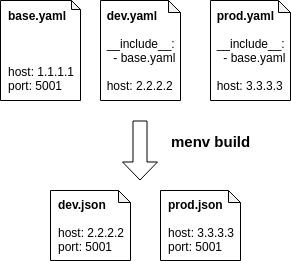
The draw.io diagram demo.png in yinrong/menv, before a commit. Source tidied: cells renumbered, new cells last; positions are measured from the earlier drawing's top-left corner, leaving out a move shared by most shapes. The source it was exported from:
```xml
<mxGraphModel>
  <root>
    <mxCell id="0" />
    <mxCell id="1" parent="0" />
    <mxCell id="2" value="&lt;div style=&quot;text-align: left&quot;&gt;&lt;span&gt;&lt;b&gt;base.yaml&lt;/b&gt;&lt;/span&gt;&lt;/div&gt;&lt;div style=&quot;text-align: left&quot;&gt;&lt;br&gt;&lt;/div&gt;&lt;div style=&quot;text-align: left&quot;&gt;&lt;span&gt;&lt;br&gt;&lt;/span&gt;&lt;/div&gt;&lt;div style=&quot;text-align: left&quot;&gt;&lt;span&gt;&lt;br&gt;&lt;/span&gt;&lt;/div&gt;&lt;div style=&quot;text-align: left&quot;&gt;&lt;span&gt;host: 1.1.1.1&lt;/span&gt;&lt;/div&gt;&lt;div style=&quot;text-align: left&quot;&gt;&lt;span&gt;port: 5001&lt;/span&gt;&lt;/div&gt;" style="shape=note;whiteSpace=wrap;html=1;backgroundOutline=1;darkOpacity=0.05;size=9;flipH=0;" parent="1" vertex="1">
      <mxGeometry width="80" height="100" as="geometry" />
    </mxCell>
    <mxCell id="3" value="&lt;div style=&quot;text-align: left&quot;&gt;&lt;span&gt;&lt;b&gt;dev.yaml&lt;/b&gt;&lt;/span&gt;&lt;/div&gt;&lt;div style=&quot;text-align: left&quot;&gt;&lt;span&gt;&lt;b&gt;&lt;br&gt;&lt;/b&gt;&lt;/span&gt;&lt;/div&gt;&lt;div style=&quot;text-align: left&quot;&gt;&lt;span&gt;__include__:&lt;/span&gt;&lt;/div&gt;&lt;div style=&quot;text-align: left&quot;&gt;&lt;span&gt;&amp;nbsp; - base.yaml&lt;/span&gt;&lt;/div&gt;&lt;div style=&quot;text-align: left&quot;&gt;&lt;br&gt;&lt;/div&gt;&lt;div style=&quot;text-align: left&quot;&gt;&lt;span&gt;host: 2.2.2.2&lt;/span&gt;&lt;/div&gt;" style="shape=note;whiteSpace=wrap;html=1;backgroundOutline=1;darkOpacity=0.05;size=12;" parent="1" vertex="1">
      <mxGeometry x="100" width="80" height="100" as="geometry" />
    </mxCell>
    <mxCell id="4" value="&lt;div style=&quot;text-align: left&quot;&gt;&lt;span&gt;&lt;b&gt;prod.yaml&lt;/b&gt;&lt;/span&gt;&lt;/div&gt;&lt;div style=&quot;text-align: left&quot;&gt;&lt;span&gt;&lt;b&gt;&lt;br&gt;&lt;/b&gt;&lt;/span&gt;&lt;/div&gt;&lt;div style=&quot;text-align: left&quot;&gt;&lt;span&gt;__include__:&lt;/span&gt;&lt;/div&gt;&lt;div style=&quot;text-align: left&quot;&gt;&lt;span&gt;&amp;nbsp; - base.yaml&lt;/span&gt;&lt;/div&gt;&lt;div style=&quot;text-align: left&quot;&gt;&lt;br&gt;&lt;/div&gt;&lt;div style=&quot;text-align: left&quot;&gt;&lt;span&gt;host: 3.3.3.3&lt;/span&gt;&lt;/div&gt;" style="shape=note;whiteSpace=wrap;html=1;backgroundOutline=1;darkOpacity=0.05;size=12;" parent="1" vertex="1">
      <mxGeometry x="210" width="80" height="100" as="geometry" />
    </mxCell>
    <mxCell id="5" style="shape=flexArrow;endArrow=classic;html=1;width=14;endSize=5.67;" parent="1" edge="1">
      <mxGeometry relative="1" as="geometry">
        <mxPoint x="139.5" y="120" as="sourcePoint" />
        <mxPoint x="139.5" y="180" as="targetPoint" />
      </mxGeometry>
    </mxCell>
    <mxCell id="6" value="&lt;b style=&quot;font-size: 15px&quot;&gt;menv build&lt;/b&gt;" style="text;html=1;align=center;verticalAlign=middle;labelBackgroundColor=#ffffff;fontSize=15;" parent="5" vertex="1">
      <mxGeometry x="-0.57" y="4" relative="1" as="geometry">
        <mxPoint x="66.5" y="7" as="offset" />
      </mxGeometry>
    </mxCell>
    <mxCell id="7" value="&lt;div style=&quot;text-align: left&quot;&gt;&lt;span&gt;&lt;b&gt;dev.json&lt;/b&gt;&lt;/span&gt;&lt;/div&gt;&lt;div style=&quot;text-align: left&quot;&gt;&lt;span&gt;&lt;b&gt;&lt;br&gt;&lt;/b&gt;&lt;/span&gt;&lt;/div&gt;&lt;div style=&quot;text-align: left&quot;&gt;&lt;span&gt;host: 2.2.2.2&lt;/span&gt;&lt;br&gt;&lt;/div&gt;&lt;div style=&quot;text-align: left&quot;&gt;&lt;span&gt;port: 5001&lt;/span&gt;&lt;/div&gt;" style="shape=note;whiteSpace=wrap;html=1;backgroundOutline=1;darkOpacity=0.05;size=12;" parent="1" vertex="1">
      <mxGeometry x="50" y="190" width="80" height="70" as="geometry" />
    </mxCell>
    <mxCell id="8" value="&lt;div style=&quot;text-align: left&quot;&gt;&lt;span&gt;&lt;b&gt;prod.json&lt;/b&gt;&lt;/span&gt;&lt;/div&gt;&lt;div style=&quot;text-align: left&quot;&gt;&lt;br&gt;&lt;/div&gt;&lt;div style=&quot;text-align: left&quot;&gt;&lt;span&gt;host: 3.3.3.3&lt;/span&gt;&lt;/div&gt;&lt;div style=&quot;text-align: left&quot;&gt;port: 5001&lt;span&gt;&lt;br&gt;&lt;/span&gt;&lt;/div&gt;" style="shape=note;whiteSpace=wrap;html=1;backgroundOutline=1;darkOpacity=0.05;size=12;" parent="1" vertex="1">
      <mxGeometry x="160" y="190" width="80" height="70" as="geometry" />
    </mxCell>
  </root>
</mxGraphModel>
```
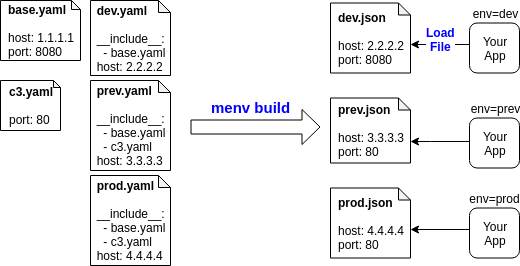
After the commit.

The edit, as a diff of the source:
```diff
@@ -2,31 +2,85 @@
   <root>
     <mxCell id="0" />
     <mxCell id="1" parent="0" />
-    <mxCell id="2" value="&lt;div style=&quot;text-align: left&quot;&gt;&lt;span&gt;&lt;b&gt;base.yaml&lt;/b&gt;&lt;/span&gt;&lt;/div&gt;&lt;div style=&quot;text-align: left&quot;&gt;&lt;br&gt;&lt;/div&gt;&lt;div style=&quot;text-align: left&quot;&gt;&lt;span&gt;&lt;br&gt;&lt;/span&gt;&lt;/div&gt;&lt;div style=&quot;text-align: left&quot;&gt;&lt;span&gt;&lt;br&gt;&lt;/span&gt;&lt;/div&gt;&lt;div style=&quot;text-align: left&quot;&gt;&lt;span&gt;host: 1.1.1.1&lt;/span&gt;&lt;/div&gt;&lt;div style=&quot;text-align: left&quot;&gt;&lt;span&gt;port: 5001&lt;/span&gt;&lt;/div&gt;" style="shape=note;whiteSpace=wrap;html=1;backgroundOutline=1;darkOpacity=0.05;size=9;flipH=0;" parent="1" vertex="1">
-      <mxGeometry width="80" height="100" as="geometry" />
+    <mxCell id="2" value="&lt;div style=&quot;text-align: left&quot;&gt;&lt;span&gt;&lt;b&gt;base.yaml&lt;/b&gt;&lt;/span&gt;&lt;/div&gt;&lt;div style=&quot;text-align: left&quot;&gt;&lt;br&gt;&lt;/div&gt;&lt;div style=&quot;text-align: left&quot;&gt;&lt;span&gt;host: 1.1.1.1&lt;/span&gt;&lt;/div&gt;&lt;div style=&quot;text-align: left&quot;&gt;&lt;span&gt;port: 8080&lt;/span&gt;&lt;/div&gt;" style="shape=note;whiteSpace=wrap;html=1;backgroundOutline=1;darkOpacity=0.05;size=9;flipH=0;" parent="1" vertex="1">
+      <mxGeometry x="-420" y="-125" width="80" height="60" as="geometry" />
     </mxCell>
-    <mxCell id="3" value="&lt;div style=&quot;text-align: left&quot;&gt;&lt;span&gt;&lt;b&gt;dev.yaml&lt;/b&gt;&lt;/span&gt;&lt;/div&gt;&lt;div style=&quot;text-align: left&quot;&gt;&lt;span&gt;&lt;b&gt;&lt;br&gt;&lt;/b&gt;&lt;/span&gt;&lt;/div&gt;&lt;div style=&quot;text-align: left&quot;&gt;&lt;span&gt;__include__:&lt;/span&gt;&lt;/div&gt;&lt;div style=&quot;text-align: left&quot;&gt;&lt;span&gt;&amp;nbsp; - base.yaml&lt;/span&gt;&lt;/div&gt;&lt;div style=&quot;text-align: left&quot;&gt;&lt;br&gt;&lt;/div&gt;&lt;div style=&quot;text-align: left&quot;&gt;&lt;span&gt;host: 2.2.2.2&lt;/span&gt;&lt;/div&gt;" style="shape=note;whiteSpace=wrap;html=1;backgroundOutline=1;darkOpacity=0.05;size=12;" parent="1" vertex="1">
-      <mxGeometry x="100" width="80" height="100" as="geometry" />
+    <mxCell id="3" value="&lt;div style=&quot;text-align: left&quot;&gt;&lt;span&gt;&lt;b&gt;dev.yaml&lt;/b&gt;&lt;/span&gt;&lt;/div&gt;&lt;div style=&quot;text-align: left&quot;&gt;&lt;span&gt;&lt;b&gt;&lt;br&gt;&lt;/b&gt;&lt;/span&gt;&lt;/div&gt;&lt;div style=&quot;text-align: left&quot;&gt;&lt;span&gt;__include__:&lt;/span&gt;&lt;/div&gt;&lt;div style=&quot;text-align: left&quot;&gt;&lt;span&gt;&amp;nbsp; - base.yaml&lt;/span&gt;&lt;/div&gt;&lt;div style=&quot;text-align: left&quot;&gt;&lt;span&gt;host: 2.2.2.2&lt;/span&gt;&lt;br&gt;&lt;/div&gt;" style="shape=note;whiteSpace=wrap;html=1;backgroundOutline=1;darkOpacity=0.05;size=12;flipH=0;" parent="1" vertex="1">
+      <mxGeometry x="-330" y="-125" width="80" height="75" as="geometry" />
     </mxCell>
-    <mxCell id="4" value="&lt;div style=&quot;text-align: left&quot;&gt;&lt;span&gt;&lt;b&gt;prod.yaml&lt;/b&gt;&lt;/span&gt;&lt;/div&gt;&lt;div style=&quot;text-align: left&quot;&gt;&lt;span&gt;&lt;b&gt;&lt;br&gt;&lt;/b&gt;&lt;/span&gt;&lt;/div&gt;&lt;div style=&quot;text-align: left&quot;&gt;&lt;span&gt;__include__:&lt;/span&gt;&lt;/div&gt;&lt;div style=&quot;text-align: left&quot;&gt;&lt;span&gt;&amp;nbsp; - base.yaml&lt;/span&gt;&lt;/div&gt;&lt;div style=&quot;text-align: left&quot;&gt;&lt;br&gt;&lt;/div&gt;&lt;div style=&quot;text-align: left&quot;&gt;&lt;span&gt;host: 3.3.3.3&lt;/span&gt;&lt;/div&gt;" style="shape=note;whiteSpace=wrap;html=1;backgroundOutline=1;darkOpacity=0.05;size=12;" parent="1" vertex="1">
-      <mxGeometry x="210" width="80" height="100" as="geometry" />
-    </mxCell>
     <mxCell id="5" style="shape=flexArrow;endArrow=classic;html=1;width=14;endSize=5.67;" parent="1" edge="1">
       <mxGeometry relative="1" as="geometry">
-        <mxPoint x="139.5" y="120" as="sourcePoint" />
-        <mxPoint x="139.5" y="180" as="targetPoint" />
+        <mxPoint x="-230" y="1.5" as="sourcePoint" />
+        <mxPoint x="-100" y="1.5" as="targetPoint" />
       </mxGeometry>
     </mxCell>
-    <mxCell id="6" value="&lt;b style=&quot;font-size: 15px&quot;&gt;menv build&lt;/b&gt;" style="text;html=1;align=center;verticalAlign=middle;labelBackgroundColor=#ffffff;fontSize=15;" parent="5" vertex="1">
+    <mxCell id="6" value="&lt;b style=&quot;font-size: 15px&quot;&gt;menv build&lt;/b&gt;" style="text;html=1;align=center;verticalAlign=middle;labelBackgroundColor=#ffffff;fontSize=15;fontColor=#0000FF;" parent="5" vertex="1">
       <mxGeometry x="-0.57" y="4" relative="1" as="geometry">
-        <mxPoint x="66.5" y="7" as="offset" />
+        <mxPoint x="32" y="-16" as="offset" />
       </mxGeometry>
     </mxCell>
-    <mxCell id="7" value="&lt;div style=&quot;text-align: left&quot;&gt;&lt;span&gt;&lt;b&gt;dev.json&lt;/b&gt;&lt;/span&gt;&lt;/div&gt;&lt;div style=&quot;text-align: left&quot;&gt;&lt;span&gt;&lt;b&gt;&lt;br&gt;&lt;/b&gt;&lt;/span&gt;&lt;/div&gt;&lt;div style=&quot;text-align: left&quot;&gt;&lt;span&gt;host: 2.2.2.2&lt;/span&gt;&lt;br&gt;&lt;/div&gt;&lt;div style=&quot;text-align: left&quot;&gt;&lt;span&gt;port: 5001&lt;/span&gt;&lt;/div&gt;" style="shape=note;whiteSpace=wrap;html=1;backgroundOutline=1;darkOpacity=0.05;size=12;" parent="1" vertex="1">
-      <mxGeometry x="50" y="190" width="80" height="70" as="geometry" />
+    <mxCell id="7" value="&lt;div style=&quot;text-align: left&quot;&gt;&lt;span&gt;&lt;b&gt;dev.json&lt;/b&gt;&lt;/span&gt;&lt;/div&gt;&lt;div style=&quot;text-align: left&quot;&gt;&lt;span&gt;&lt;b&gt;&lt;br&gt;&lt;/b&gt;&lt;/span&gt;&lt;/div&gt;&lt;div style=&quot;text-align: left&quot;&gt;&lt;span&gt;host: 2.2.2.2&lt;/span&gt;&lt;br&gt;&lt;/div&gt;&lt;div style=&quot;text-align: left&quot;&gt;&lt;span&gt;port: 8080&lt;/span&gt;&lt;/div&gt;" style="shape=note;whiteSpace=wrap;html=1;backgroundOutline=1;darkOpacity=0.05;size=12;" parent="1" vertex="1">
+      <mxGeometry x="-90" y="-122.5" width="80" height="70" as="geometry" />
     </mxCell>
-    <mxCell id="8" value="&lt;div style=&quot;text-align: left&quot;&gt;&lt;span&gt;&lt;b&gt;prod.json&lt;/b&gt;&lt;/span&gt;&lt;/div&gt;&lt;div style=&quot;text-align: left&quot;&gt;&lt;br&gt;&lt;/div&gt;&lt;div style=&quot;text-align: left&quot;&gt;&lt;span&gt;host: 3.3.3.3&lt;/span&gt;&lt;/div&gt;&lt;div style=&quot;text-align: left&quot;&gt;port: 5001&lt;span&gt;&lt;br&gt;&lt;/span&gt;&lt;/div&gt;" style="shape=note;whiteSpace=wrap;html=1;backgroundOutline=1;darkOpacity=0.05;size=12;" parent="1" vertex="1">
-      <mxGeometry x="160" y="190" width="80" height="70" as="geometry" />
+    <mxCell id="8" value="&lt;div style=&quot;text-align: left&quot;&gt;&lt;span&gt;&lt;b&gt;prev.json&lt;/b&gt;&lt;/span&gt;&lt;/div&gt;&lt;div style=&quot;text-align: left&quot;&gt;&lt;br&gt;&lt;/div&gt;&lt;div style=&quot;text-align: left&quot;&gt;&lt;span&gt;host: 3.3.3.3&lt;/span&gt;&lt;/div&gt;&lt;div style=&quot;text-align: left&quot;&gt;port: 80&lt;span&gt;&lt;br&gt;&lt;/span&gt;&lt;/div&gt;" style="shape=note;whiteSpace=wrap;html=1;backgroundOutline=1;darkOpacity=0.05;size=12;" parent="1" vertex="1">
+      <mxGeometry x="-90" y="-27.5" width="80" height="65" as="geometry" />
     </mxCell>
+    <mxCell id="9" value="&lt;div style=&quot;text-align: left&quot;&gt;&lt;span&gt;&lt;b&gt;prev.yaml&lt;/b&gt;&lt;/span&gt;&lt;/div&gt;&lt;div style=&quot;text-align: left&quot;&gt;&lt;span&gt;&lt;b&gt;&lt;br&gt;&lt;/b&gt;&lt;/span&gt;&lt;/div&gt;&lt;div style=&quot;text-align: left&quot;&gt;&lt;span&gt;__include__:&lt;/span&gt;&lt;/div&gt;&lt;div style=&quot;text-align: left&quot;&gt;&lt;span&gt;&amp;nbsp; - base.yaml&lt;/span&gt;&lt;/div&gt;&lt;div style=&quot;text-align: left&quot;&gt;&lt;span&gt;&amp;nbsp; - c3.yaml&lt;/span&gt;&lt;/div&gt;&lt;div style=&quot;text-align: left&quot;&gt;&lt;span&gt;host: 3.3.3.3&lt;/span&gt;&lt;br&gt;&lt;/div&gt;" style="shape=note;whiteSpace=wrap;html=1;backgroundOutline=1;darkOpacity=0.05;size=12;flipH=0;" parent="1" vertex="1">
+      <mxGeometry x="-330" y="-45" width="80" height="90" as="geometry" />
+    </mxCell>
+    <mxCell id="10" value="&lt;div style=&quot;text-align: left&quot;&gt;&lt;span&gt;&lt;b&gt;c3.yaml&lt;/b&gt;&lt;/span&gt;&lt;/div&gt;&lt;div style=&quot;text-align: left&quot;&gt;&lt;span&gt;&lt;b&gt;&lt;br&gt;&lt;/b&gt;&lt;/span&gt;&lt;/div&gt;&lt;div style=&quot;text-align: left&quot;&gt;&lt;span&gt;port: 80&lt;/span&gt;&lt;/div&gt;" style="shape=note;whiteSpace=wrap;html=1;backgroundOutline=1;darkOpacity=0.05;size=7;" parent="1" vertex="1">
+      <mxGeometry x="-420" y="-45" width="60" height="50" as="geometry" />
+    </mxCell>
+    <mxCell id="11" value="&lt;div style=&quot;text-align: left&quot;&gt;&lt;span&gt;&lt;b&gt;prod.yaml&lt;/b&gt;&lt;/span&gt;&lt;/div&gt;&lt;div style=&quot;text-align: left&quot;&gt;&lt;span&gt;&lt;b&gt;&lt;br&gt;&lt;/b&gt;&lt;/span&gt;&lt;/div&gt;&lt;div style=&quot;text-align: left&quot;&gt;&lt;span&gt;__include__:&lt;/span&gt;&lt;/div&gt;&lt;div style=&quot;text-align: left&quot;&gt;&lt;span&gt;&amp;nbsp; - base.yaml&lt;/span&gt;&lt;/div&gt;&lt;div style=&quot;text-align: left&quot;&gt;&lt;span&gt;&amp;nbsp; - c3.yaml&lt;/span&gt;&lt;/div&gt;&lt;div style=&quot;text-align: left&quot;&gt;&lt;span&gt;host: 4.4.4.4&lt;/span&gt;&lt;br&gt;&lt;/div&gt;" style="shape=note;whiteSpace=wrap;html=1;backgroundOutline=1;darkOpacity=0.05;size=12;flipH=0;" parent="1" vertex="1">
+      <mxGeometry x="-330" y="50" width="80" height="90" as="geometry" />
+    </mxCell>
+    <mxCell id="12" value="&lt;div style=&quot;text-align: left&quot;&gt;&lt;span&gt;&lt;b&gt;prod.json&lt;/b&gt;&lt;/span&gt;&lt;/div&gt;&lt;div style=&quot;text-align: left&quot;&gt;&lt;br&gt;&lt;/div&gt;&lt;div style=&quot;text-align: left&quot;&gt;&lt;span&gt;host: 4.4.4.4&lt;/span&gt;&lt;/div&gt;&lt;div style=&quot;text-align: left&quot;&gt;port: 80&lt;span&gt;&lt;br&gt;&lt;/span&gt;&lt;/div&gt;" style="shape=note;whiteSpace=wrap;html=1;backgroundOutline=1;darkOpacity=0.05;size=12;" parent="1" vertex="1">
+      <mxGeometry x="-90" y="62.5" width="80" height="70" as="geometry" />
+    </mxCell>
+    <mxCell id="13" style="edgeStyle=orthogonalEdgeStyle;rounded=0;jettySize=auto;html=1;exitX=0;exitY=0.5;exitDx=0;exitDy=0;" parent="1" edge="1" source="14" target="8">
+      <mxGeometry relative="1" as="geometry">
+        <Array as="points">
+          <mxPoint x="10" y="15.5" />
+          <mxPoint x="10" y="15.5" />
+        </Array>
+      </mxGeometry>
+    </mxCell>
+    <mxCell id="14" value="Your&lt;br&gt;App&lt;br&gt;" style="rounded=1;whiteSpace=wrap;html=1;" parent="1" vertex="1">
+      <mxGeometry x="49" y="-7.5" width="50" height="50" as="geometry" />
+    </mxCell>
+    <mxCell id="15" value="env=prev" style="text;html=1;strokeColor=none;fillColor=none;align=center;verticalAlign=middle;whiteSpace=wrap;rounded=0;" parent="1" vertex="1">
+      <mxGeometry x="54" y="-27.5" width="40" height="20" as="geometry" />
+    </mxCell>
+    <mxCell id="16" value="env=dev" style="text;html=1;strokeColor=none;fillColor=none;align=center;verticalAlign=middle;whiteSpace=wrap;rounded=0;" parent="1" vertex="1">
+      <mxGeometry x="54" y="-122.5" width="40" height="20" as="geometry" />
+    </mxCell>
+    <mxCell id="17" style="edgeStyle=orthogonalEdgeStyle;rounded=0;jettySize=auto;html=1;exitX=0;exitY=0.5;exitDx=0;exitDy=0;entryX=0;entryY=0;entryDx=80;entryDy=41;entryPerimeter=0;" parent="1" edge="1" source="18" target="12">
+      <mxGeometry relative="1" as="geometry">
+        <Array as="points">
+          <mxPoint x="49" y="103.5" />
+        </Array>
+      </mxGeometry>
+    </mxCell>
+    <mxCell id="18" value="Your&lt;br&gt;App&lt;br&gt;" style="rounded=1;whiteSpace=wrap;html=1;" parent="1" vertex="1">
+      <mxGeometry x="49" y="82.5" width="50" height="50" as="geometry" />
+    </mxCell>
+    <mxCell id="19" value="env=prod" style="text;html=1;strokeColor=none;fillColor=none;align=center;verticalAlign=middle;whiteSpace=wrap;rounded=0;" parent="1" vertex="1">
+      <mxGeometry x="54" y="62.5" width="40" height="20" as="geometry" />
+    </mxCell>
+    <mxCell id="20" style="edgeStyle=orthogonalEdgeStyle;rounded=0;jettySize=auto;html=1;exitX=0;exitY=0.5;exitDx=0;exitDy=0;entryX=0;entryY=0;entryDx=80;entryDy=41;entryPerimeter=0;" parent="1" edge="1" source="22" target="7">
+      <mxGeometry relative="1" as="geometry">
+        <Array as="points">
+          <mxPoint x="49" y="-81.5" />
+        </Array>
+      </mxGeometry>
+    </mxCell>
+    <mxCell id="21" value="Load&lt;br&gt;File&lt;br&gt;" style="text;html=1;align=center;verticalAlign=middle;labelBackgroundColor=#ffffff;fontColor=#0000FF;fontStyle=1;" parent="20" vertex="1">
+      <mxGeometry x="0.62" y="1" relative="1" as="geometry">
+        <mxPoint x="17.5" y="-7" as="offset" />
+      </mxGeometry>
+    </mxCell>
+    <mxCell id="22" value="Your&lt;br&gt;App&lt;br&gt;" style="rounded=1;whiteSpace=wrap;html=1;" parent="1" vertex="1">
+      <mxGeometry x="49" y="-102.5" width="50" height="50" as="geometry" />
+    </mxCell>
   </root>
 </mxGraphModel>
```
